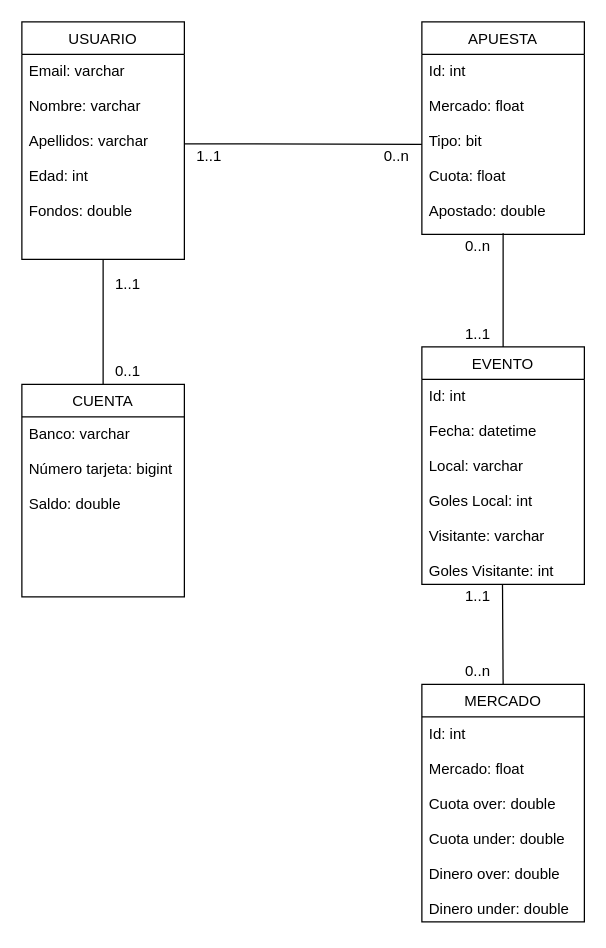
josepsinz/placemybet_webApi_MySql.Data keeps this draw.io diagram as diseñoconceptual/diagramaclases.drawio. Above is the earlier version. Source tidied: cells renumbered, new cells numbered last; positions are measured from the earlier drawing's top-left corner, leaving out a move shared by most shapes. Both pictures are drawn from the tidied source at 125%, with x=0, y=0 at pixel (21, 21).
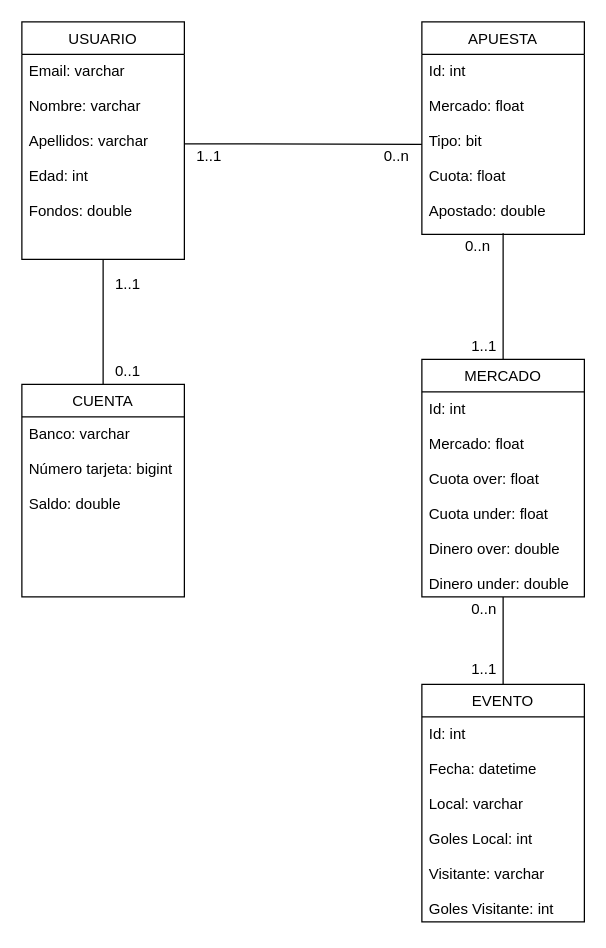
After the change.

The edit, as a diff of the source:
```diff
@@
     <mxCell id="8" value="EVENTO" style="swimlane;fontStyle=0;horizontal=1;startSize=26;fillColor=none;strokeWidth=1;" parent="1" vertex="1">
-      <mxGeometry x="320" y="260" width="130" height="190" as="geometry" />
+      <mxGeometry x="320" y="530" width="130" height="190" as="geometry" />
     </mxCell>
@@
     <mxCell id="10" value="MERCADO" style="swimlane;fontStyle=0;horizontal=1;startSize=26;fillColor=none;strokeWidth=1;" parent="1" vertex="1">
-      <mxGeometry x="320" y="530" width="130" height="190" as="geometry" />
+      <mxGeometry x="320" y="270" width="130" height="190" as="geometry" />
     </mxCell>
-    <mxCell id="11" value="Id: int&#10;&#10;Mercado: float&#10;&#10;Cuota over: double&#10;&#10;Cuota under: double&#10;&#10;Dinero over: double&#10;&#10;Dinero under: double" style="text;strokeColor=none;fillColor=none;align=left;verticalAlign=top;spacingLeft=4;spacingRight=4;overflow=hidden;strokeWidth=1;" parent="10" vertex="1">
+    <mxCell id="11" value="Id: int&#10;&#10;Mercado: float&#10;&#10;Cuota over: float&#10;&#10;Cuota under: float&#10;&#10;Dinero over: double&#10;&#10;Dinero under: double" style="text;strokeColor=none;fillColor=none;align=left;verticalAlign=top;spacingLeft=4;spacingRight=4;overflow=hidden;strokeWidth=1;" parent="10" vertex="1">
       <mxGeometry y="26" width="130" height="164" as="geometry" />
     </mxCell>
@@
-    <mxCell id="14" style="endArrow=none;html=1;entryX=0.5;entryY=0;entryDx=0;entryDy=0;strokeWidth=1;" parent="1" edge="1">
+    <mxCell id="14" style="endArrow=none;html=1;entryX=0.5;entryY=0;entryDx=0;entryDy=0;strokeWidth=1;" parent="1" edge="1" target="10">
       <mxGeometry relative="1" as="geometry">
         <mxPoint x="385" y="169" as="sourcePoint" />
-        <mxPoint x="385" y="260" as="targetPoint" />
       </mxGeometry>
     </mxCell>
@@
-    <mxCell id="20" value="1..1" style="text;html=1;strokeColor=none;fillColor=none;align=center;verticalAlign=middle;whiteSpace=wrap;rounded=0;strokeWidth=1;" parent="1" vertex="1">
-      <mxGeometry x="345" y="240" width="40" height="20" as="geometry" />
-    </mxCell>
-    <mxCell id="21" style="endArrow=none;html=1;strokeWidth=1;entryX=0.5;entryY=0;entryDx=0;entryDy=0;" parent="1" edge="1" target="10">
-      <mxGeometry relative="1" as="geometry">
-        <mxPoint x="384.5" y="450" as="sourcePoint" />
-      </mxGeometry>
-    </mxCell>
+    <mxCell id="24" style="endArrow=none;html=1;strokeWidth=1;entryX=0.5;entryY=0;entryDx=0;entryDy=0;" parent="1" edge="1" target="8">
+      <mxGeometry relative="1" as="geometry">
+        <mxPoint x="385" y="460" as="sourcePoint" />
+      </mxGeometry>
+    </mxCell>
+    <mxCell id="25" value="1..1" style="text;html=1;strokeColor=none;fillColor=none;align=center;verticalAlign=middle;whiteSpace=wrap;rounded=0;strokeWidth=1;" parent="1" vertex="1">
+      <mxGeometry x="350" y="250" width="40" height="20" as="geometry" />
+    </mxCell>
     <mxCell id="22" value="0..n" style="text;html=1;strokeColor=none;fillColor=none;align=center;verticalAlign=middle;whiteSpace=wrap;rounded=0;strokeWidth=1;" parent="1" vertex="1">
-      <mxGeometry x="345" y="510" width="40" height="20" as="geometry" />
+      <mxGeometry x="350" y="460" width="40" height="20" as="geometry" />
     </mxCell>
-    <mxCell id="23" value="1..1" style="text;html=1;strokeColor=none;fillColor=none;align=center;verticalAlign=middle;whiteSpace=wrap;rounded=0;strokeWidth=1;" parent="1" vertex="1">
-      <mxGeometry x="345" y="450" width="40" height="20" as="geometry" />
-    </mxCell>
+    <mxCell id="26" value="1..1" style="text;html=1;strokeColor=none;fillColor=none;align=center;verticalAlign=middle;whiteSpace=wrap;rounded=0;strokeWidth=1;" parent="1" vertex="1">
+      <mxGeometry x="350" y="508" width="40" height="20" as="geometry" />
+    </mxCell>
```
